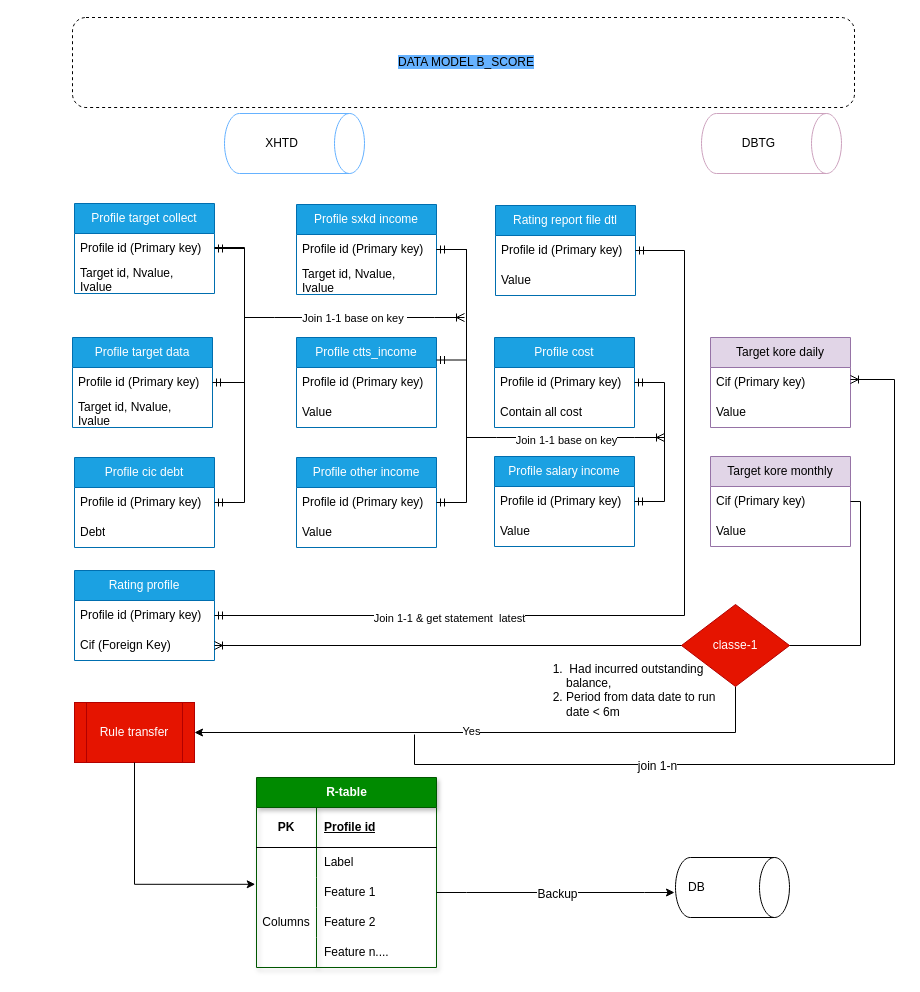
The draw.io diagram Data_model_Bscore.drawio in Midland-tanaka/XHTD, before the edit. Source tidied: cells renumbered, new cells numbered last; positions are measured from the earlier drawing's top-left corner, leaving out a move shared by most shapes. Both pictures are drawn from the tidied source at 100%, with x=0, y=0 at pixel (72, 17).
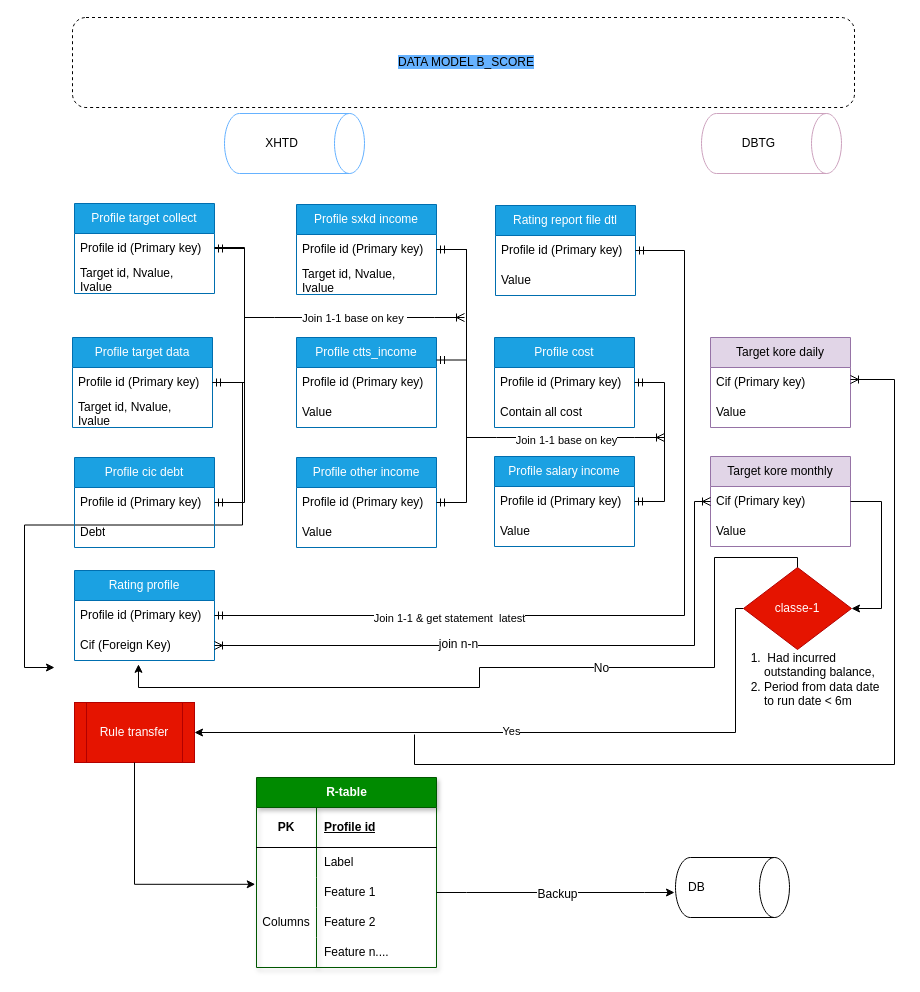
After the change.

The change refers to these unchanged cells:
```xml
<mxCell id="6" value="Cif (Foreign Key)" style="text;strokeColor=none;fillColor=none;align=left;verticalAlign=middle;spacingLeft=4;spacingRight=4;overflow=hidden;points=[[0,0.5],[1,0.5]];portConstraint=eastwest;whiteSpace=wrap;html=1;" parent="4" vertex="1">
  <mxGeometry y="60" width="140" height="30" as="geometry" />
</mxCell>
<mxCell id="8" value="Cif (Primary key)" style="text;strokeColor=none;fillColor=none;align=left;verticalAlign=middle;spacingLeft=4;spacingRight=4;overflow=hidden;points=[[0,0.5],[1,0.5]];portConstraint=eastwest;whiteSpace=wrap;html=1;" parent="7" vertex="1">
  <mxGeometry y="30" width="140" height="30" as="geometry" />
</mxCell>
<mxCell id="19" value="Profile target data" style="swimlane;fontStyle=0;horizontal=1;startSize=30;whiteSpace=wrap;html=1;strokeColor=#006EAF;fillColor=#1ba1e2;fontColor=#ffffff;" parent="1" vertex="1">
  <mxGeometry y="320" width="140" height="90" as="geometry" />
</mxCell>
<mxCell id="20" value="Profile id (Primary key)" style="text;strokeColor=none;fillColor=none;align=left;verticalAlign=middle;spacingLeft=4;spacingRight=4;overflow=hidden;points=[[0,0.5],[1,0.5]];portConstraint=eastwest;whiteSpace=wrap;html=1;" parent="19" vertex="1">
  <mxGeometry y="30" width="140" height="30" as="geometry" />
</mxCell>
<mxCell id="77" style="edgeStyle=orthogonalEdgeStyle;fontSize=12;html=1;endArrow=ERoneToMany;rounded=0;fontFamily=Helvetica;fontColor=default;entryX=1;entryY=0.5;entryDx=0;entryDy=0;" parent="1" edge="1">
  <mxGeometry relative="1" as="geometry">
    <mxPoint x="342" y="717" as="sourcePoint" />
    <mxPoint x="778" y="362" as="targetPoint" />
    <Array as="points">
      <mxPoint x="342" y="747" />
      <mxPoint x="822" y="747" />
      <mxPoint x="822" y="362" />
    </Array>
  </mxGeometry>
</mxCell>
```

The edit, as a diff of the source:
```diff
@@
     <mxCell id="2" value="&lt;ol&gt;&lt;li&gt;&amp;nbsp;Had incurred outstanding balance,&lt;/li&gt;&lt;li&gt;Period from data date to run date &amp;lt; 6m&lt;/li&gt;&lt;/ol&gt;" style="text;strokeColor=none;fillColor=none;html=1;whiteSpace=wrap;verticalAlign=middle;overflow=hidden;fontSize=12;fontFamily=Helvetica;fontColor=default;align=left;shadow=1;" parent="1" vertex="1">
-      <mxGeometry x="452" y="630" width="205" height="80" as="geometry" />
+      <mxGeometry x="650" y="604" width="166" height="116" as="geometry" />
     </mxCell>
@@
+    <mxCell id="80" style="edgeStyle=entityRelationEdgeStyle;rounded=0;jettySize=auto;html=1;fontFamily=Helvetica;fontSize=12;fontColor=default;" parent="19" edge="1" source="20">
+      <mxGeometry relative="1" as="geometry">
+        <mxPoint x="-18" y="330" as="targetPoint" />
+      </mxGeometry>
+    </mxCell>
@@
-    <mxCell id="50" style="edgeStyle=orthogonalEdgeStyle;fontSize=12;html=1;endArrow=ERoneToMany;rounded=0;exitX=1;exitY=0.5;exitDx=0;exitDy=0;" parent="1" edge="1" source="8" target="6">
-      <mxGeometry relative="1" as="geometry" />
-    </mxCell>
@@
-    <mxCell id="53" value="classe-1" style="shape=rhombus;perimeter=rhombusPerimeter;whiteSpace=wrap;html=1;align=center;fillColor=#e51400;fontColor=#ffffff;strokeColor=#B20000;" parent="1" vertex="1">
-      <mxGeometry x="609" y="587" width="108" height="82" as="geometry" />
+    <mxCell id="53" value="classe-1" style="shape=rhombus;perimeter=rhombusPerimeter;whiteSpace=wrap;html=1;align=center;fillColor=#e51400;fontColor=#ffffff;strokeColor=#B20000;direction=west;" parent="1" vertex="1">
+      <mxGeometry x="671" y="550" width="108" height="82" as="geometry" />
     </mxCell>
@@
-    <mxCell id="78" value="join 1-n" style="edgeLabel;html=1;align=center;verticalAlign=middle;fontSize=12;fontFamily=Helvetica;fontColor=default;" parent="77" vertex="1">
-      <mxGeometry x="-0.42" y="-1" relative="1" as="geometry" />
-    </mxCell>
@@
+    <mxCell id="81" style="edgeStyle=entityRelationEdgeStyle;rounded=0;jettySize=auto;html=1;exitX=1;exitY=0.5;exitDx=0;exitDy=0;fontFamily=Helvetica;fontSize=12;fontColor=default;" parent="1" edge="1" source="8" target="53">
+      <mxGeometry relative="1" as="geometry" />
+    </mxCell>
+    <mxCell id="82" style="edgeStyle=orthogonalEdgeStyle;fontSize=12;html=1;endArrow=ERoneToMany;startArrow=ERoneToMany;rounded=0;fontFamily=Helvetica;fontColor=default;exitX=1;exitY=0.5;exitDx=0;exitDy=0;entryX=0;entryY=0.5;entryDx=0;entryDy=0;" parent="1" edge="1" source="6" target="8">
+      <mxGeometry relative="1" as="geometry">
+        <Array as="points">
+          <mxPoint x="622" y="628" />
+          <mxPoint x="622" y="484" />
+        </Array>
+      </mxGeometry>
+    </mxCell>
+    <mxCell id="83" value="join n-n" style="edgeLabel;html=1;align=center;verticalAlign=middle;fontSize=12;fontFamily=Helvetica;fontColor=default;" parent="82" vertex="1">
+      <mxGeometry x="-0.24" y="2" relative="1" as="geometry" />
+    </mxCell>
+    <mxCell id="84" style="edgeStyle=orthogonalEdgeStyle;rounded=0;jettySize=auto;html=1;exitX=0.5;exitY=1;exitDx=0;exitDy=0;entryX=0.457;entryY=1.127;entryDx=0;entryDy=0;entryPerimeter=0;fontFamily=Helvetica;fontSize=12;fontColor=default;" parent="1" edge="1" source="53" target="6">
+      <mxGeometry relative="1" as="geometry">
+        <Array as="points">
+          <mxPoint x="725" y="540" />
+          <mxPoint x="642" y="540" />
+          <mxPoint x="642" y="650" />
+          <mxPoint x="407" y="650" />
+          <mxPoint x="407" y="670" />
+          <mxPoint x="66" y="670" />
+        </Array>
+      </mxGeometry>
+    </mxCell>
+    <mxCell id="85" value="No" style="edgeLabel;html=1;align=center;verticalAlign=middle;fontSize=12;fontFamily=Helvetica;fontColor=default;" parent="84" vertex="1">
+      <mxGeometry x="-0.23" relative="1" as="geometry" />
+    </mxCell>
```
